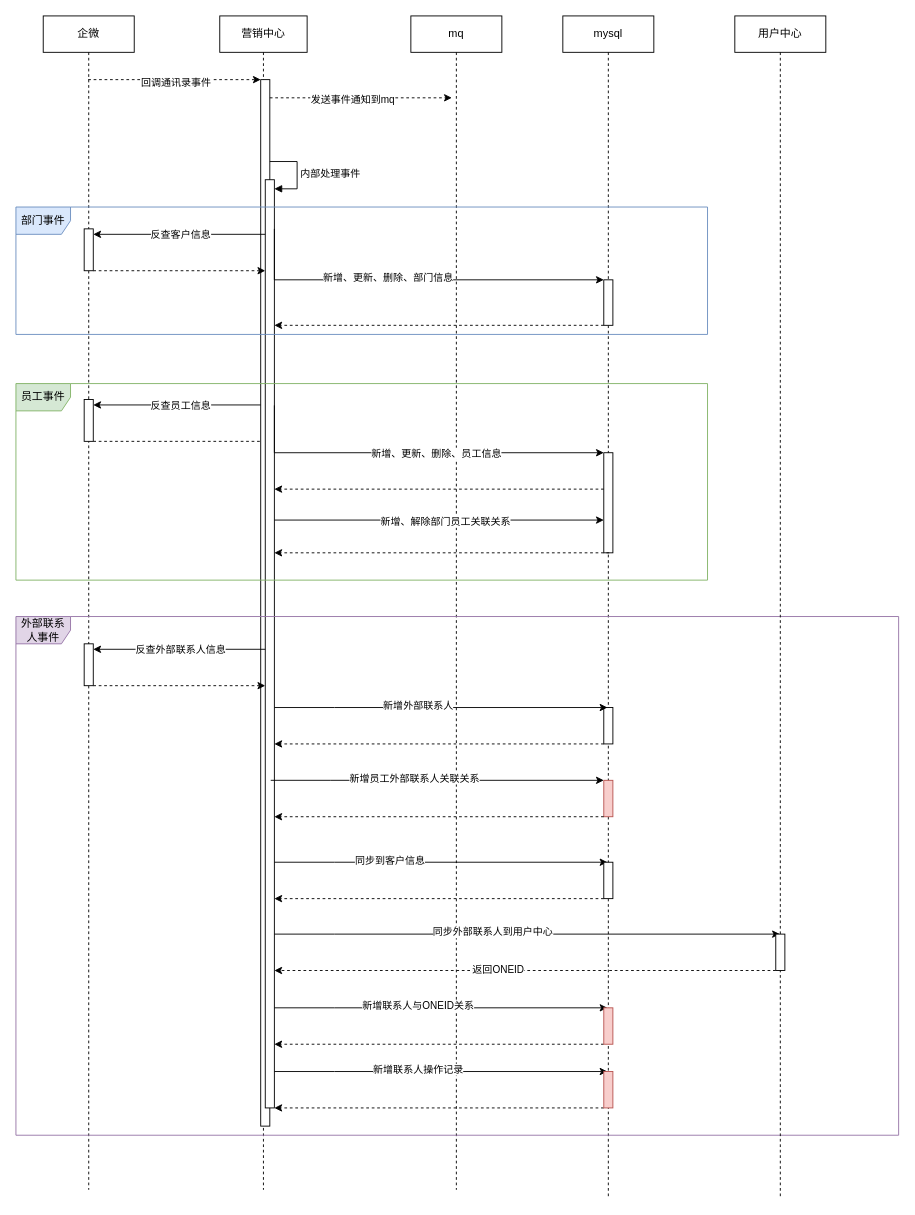
The draw.io diagram callback.drawio in 330129161/draw.io, before the edit. Source tidied: cells renumbered, new cells numbered last; positions are measured from the earlier drawing's top-left corner, leaving out a move shared by most shapes. Both pictures are drawn from the tidied source at 91%, with x=0, y=0 at pixel (15, 15).
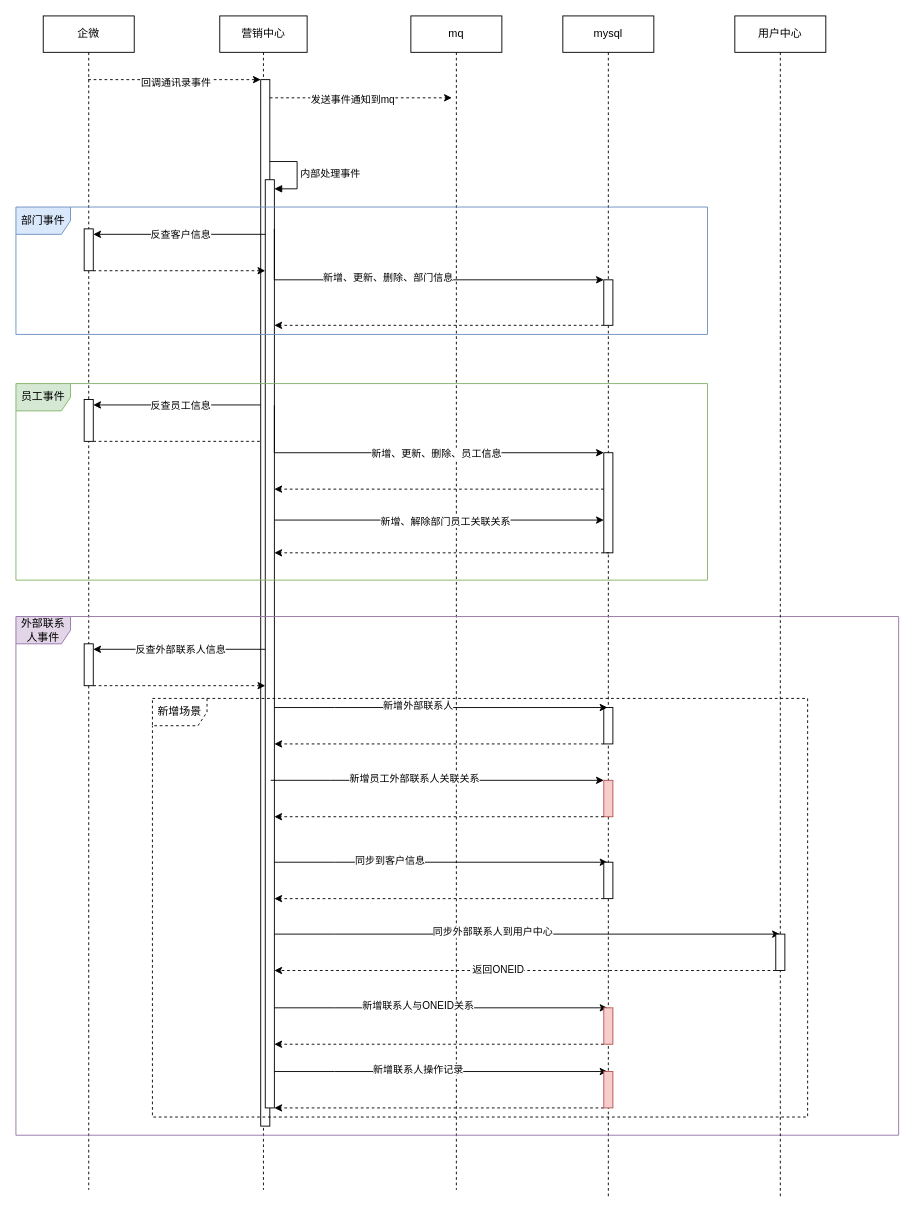
The same diagram, later.

Change to the diagram source:
```diff
@@
+    <mxCell id="68" value="新增场景" style="shape=umlFrame;whiteSpace=wrap;html=1;dashed=1;" parent="1" vertex="1">
+      <mxGeometry x="150" y="750" width="720" height="460" as="geometry" />
+    </mxCell>
```
